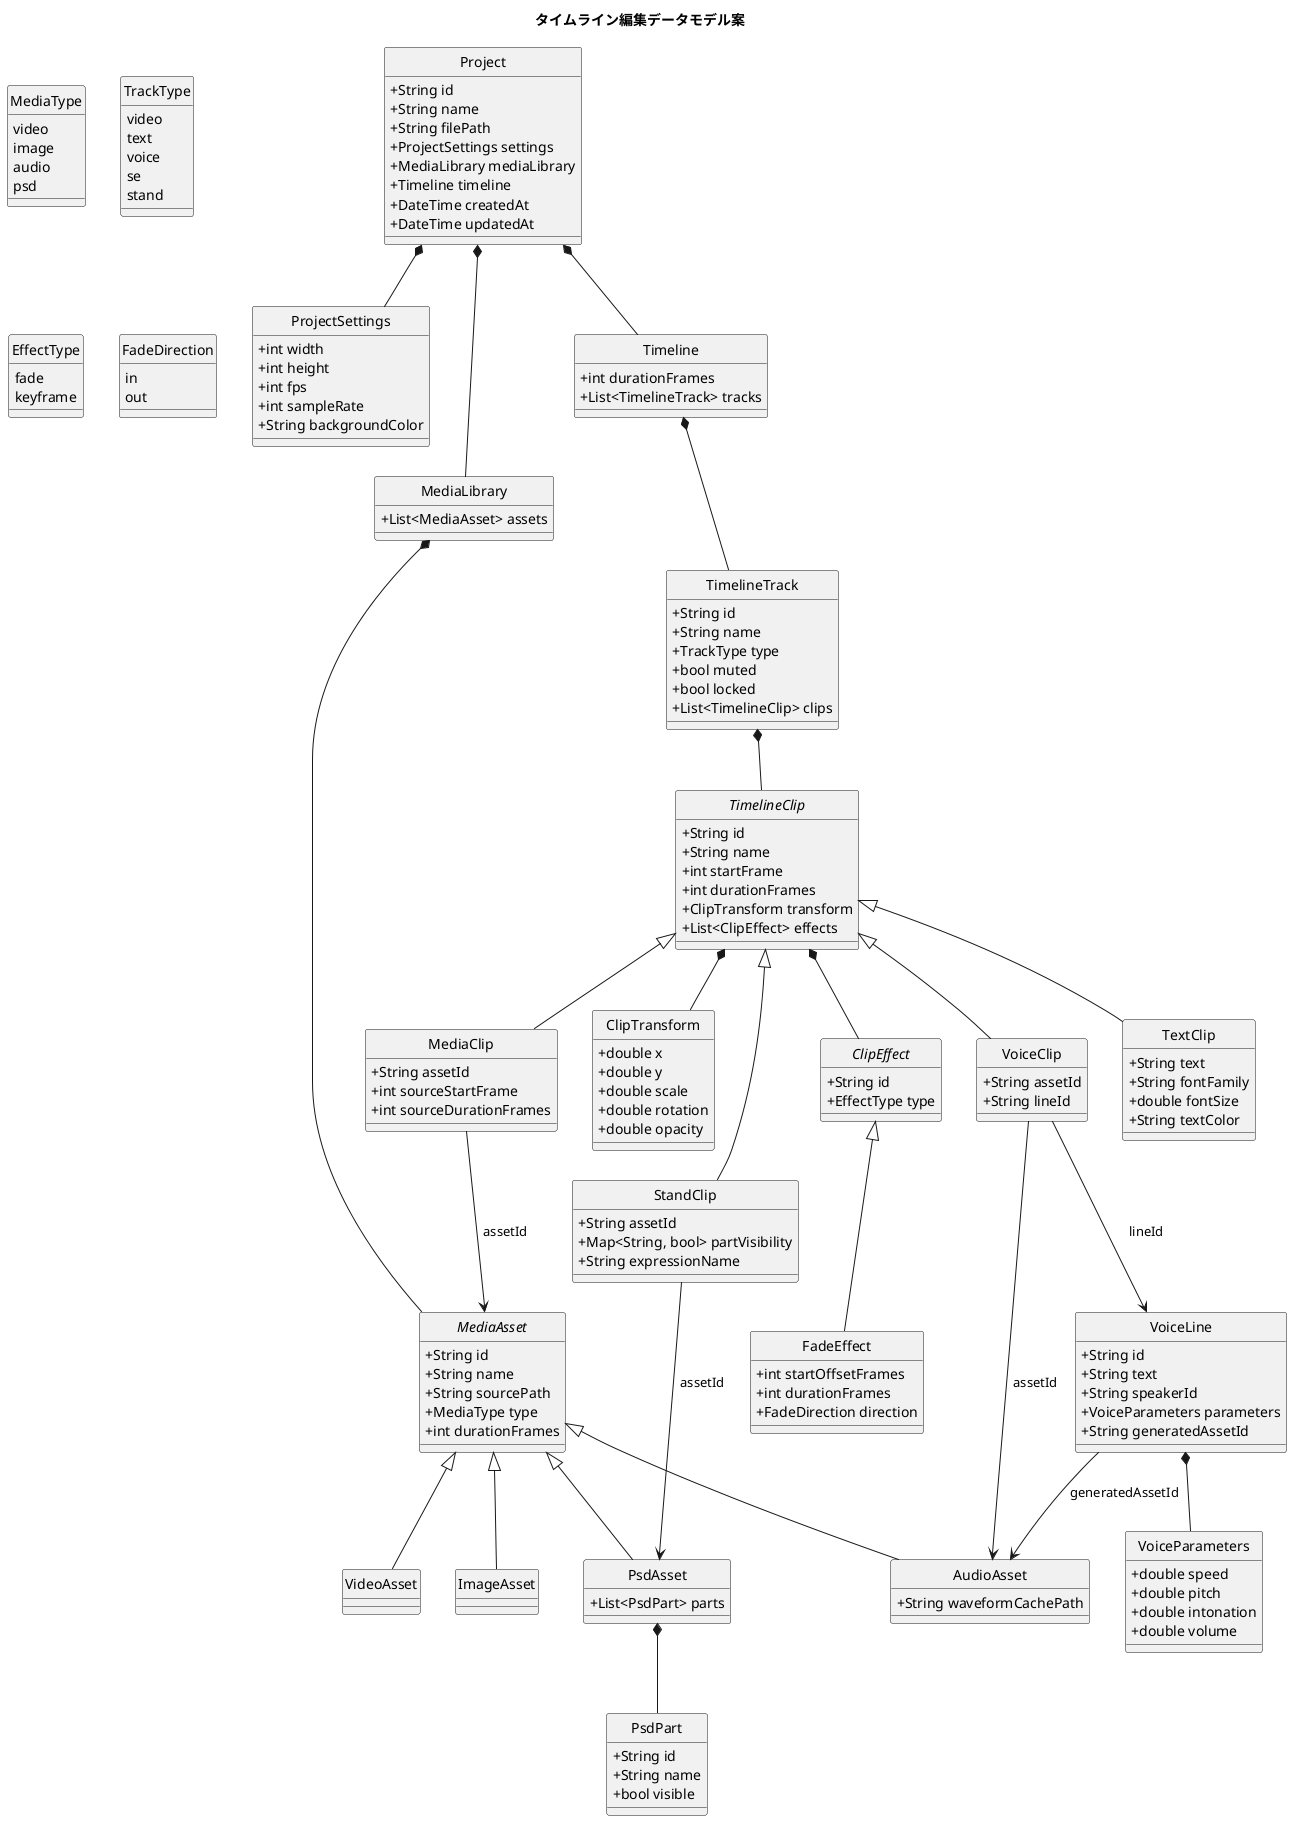
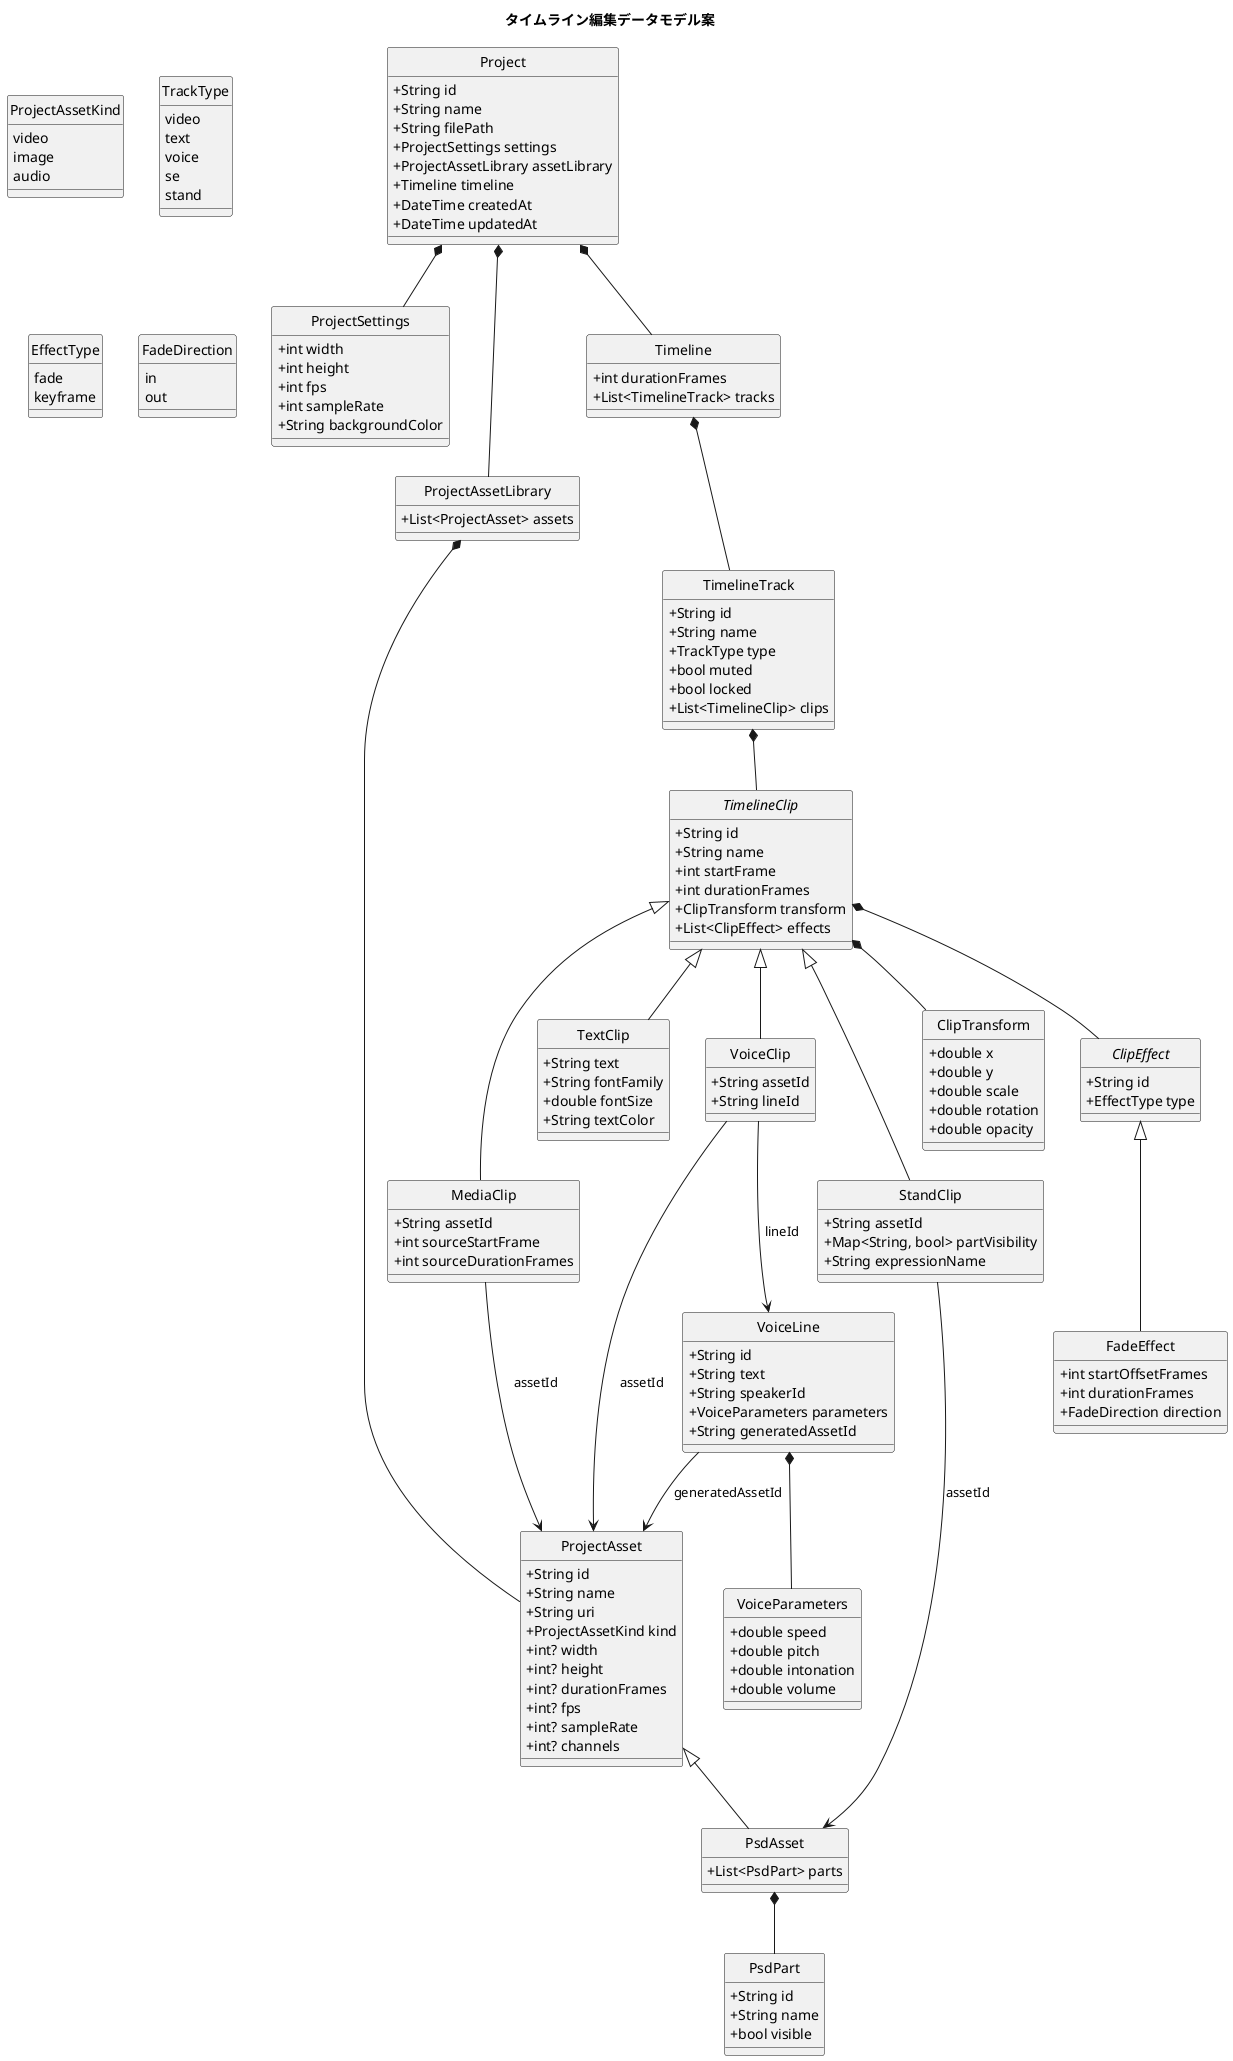
@startuml
title タイムライン編集データモデル案

skinparam classAttributeIconSize 0
hide circle

class Project {
  +String id
  +String name
  +String filePath
  +ProjectSettings settings
-   +MediaLibrary mediaLibrary
+   +ProjectAssetLibrary assetLibrary
  +Timeline timeline
  +DateTime createdAt
  +DateTime updatedAt
}

class ProjectSettings {
  +int width
  +int height
  +int fps
  +int sampleRate
  +String backgroundColor
}

- class MediaLibrary {
-   +List<MediaAsset> assets
+ class ProjectAssetLibrary {
+   +List<ProjectAsset> assets
}

- abstract class MediaAsset {
+ class ProjectAsset {
  +String id
  +String name
-   +String sourcePath
-   +MediaType type
-   +int durationFrames
+   +String uri
+   +ProjectAssetKind kind
+   +int? width
+   +int? height
+   +int? durationFrames
+   +int? fps
+   +int? sampleRate
+   +int? channels
}

- class VideoAsset
- class ImageAsset
- class AudioAsset {
-   +String waveformCachePath
- }
class PsdAsset {
  +List<PsdPart> parts
}

class PsdPart {
  +String id
  +String name
  +bool visible
}

- enum MediaType {
+ enum ProjectAssetKind {
  video
  image
  audio
-   psd
}

class Timeline {
  +int durationFrames
  +List<TimelineTrack> tracks
}

class TimelineTrack {
  +String id
  +String name
  +TrackType type
  +bool muted
  +bool locked
  +List<TimelineClip> clips
}

enum TrackType {
  video
  text
  voice
  se
  stand
}

abstract class TimelineClip {
  +String id
  +String name
  +int startFrame
  +int durationFrames
  +ClipTransform transform
  +List<ClipEffect> effects
}

class MediaClip {
  +String assetId
  +int sourceStartFrame
  +int sourceDurationFrames
}

class TextClip {
  +String text
  +String fontFamily
  +double fontSize
  +String textColor
}

class VoiceClip {
  +String assetId
  +String lineId
}

class StandClip {
  +String assetId
  +Map<String, bool> partVisibility
  +String expressionName
}

class ClipTransform {
  +double x
  +double y
  +double scale
  +double rotation
  +double opacity
}

abstract class ClipEffect {
  +String id
  +EffectType type
}

class FadeEffect {
  +int startOffsetFrames
  +int durationFrames
  +FadeDirection direction
}

enum EffectType {
  fade
  keyframe
}

enum FadeDirection {
  in
  out
}

class VoiceLine {
  +String id
  +String text
  +String speakerId
  +VoiceParameters parameters
  +String generatedAssetId
}

class VoiceParameters {
  +double speed
  +double pitch
  +double intonation
  +double volume
}

Project *-- ProjectSettings
- Project *-- MediaLibrary
+ Project *-- ProjectAssetLibrary
Project *-- Timeline

- MediaLibrary *-- MediaAsset
- MediaAsset <|-- VideoAsset
- MediaAsset <|-- ImageAsset
- MediaAsset <|-- AudioAsset
- MediaAsset <|-- PsdAsset
+ ProjectAssetLibrary *-- ProjectAsset
+ ProjectAsset <|-- PsdAsset
PsdAsset *-- PsdPart

Timeline *-- TimelineTrack
TimelineTrack *-- TimelineClip
TimelineClip <|-- MediaClip
TimelineClip <|-- TextClip
TimelineClip <|-- VoiceClip
TimelineClip <|-- StandClip
TimelineClip *-- ClipTransform
TimelineClip *-- ClipEffect
ClipEffect <|-- FadeEffect

- MediaClip --> MediaAsset : assetId
- VoiceClip --> AudioAsset : assetId
+ MediaClip --> ProjectAsset : assetId
+ VoiceClip --> ProjectAsset : assetId
VoiceClip --> VoiceLine : lineId
StandClip --> PsdAsset : assetId

VoiceLine *-- VoiceParameters
- VoiceLine --> AudioAsset : generatedAssetId
+ VoiceLine --> ProjectAsset : generatedAssetId

@enduml
